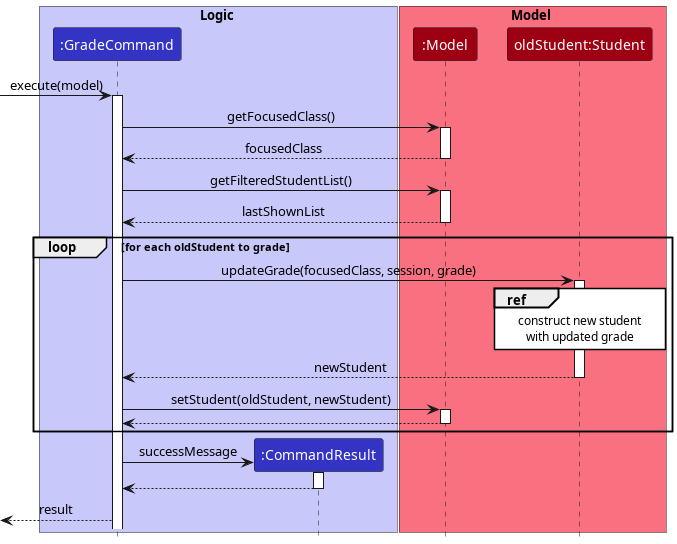
The PlantUML diagram docs/images/GradeCommandSequenceDiagram.png in nus-cs2103-AY2223S1/tp, before a commit.
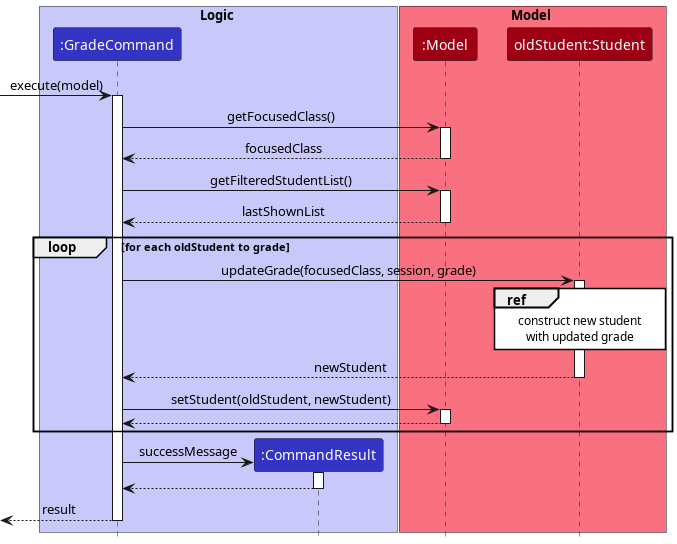
The same file after the commit.

Commit message:
Fix grading, parsing, view sequence diagram lifeline

What changed in the source:
```diff
@@ -50,5 +50,6 @@
 deactivate CommandResult
 
 GradeCommand -->[: result
+deactivate GradeCommand
 
 @enduml
```
